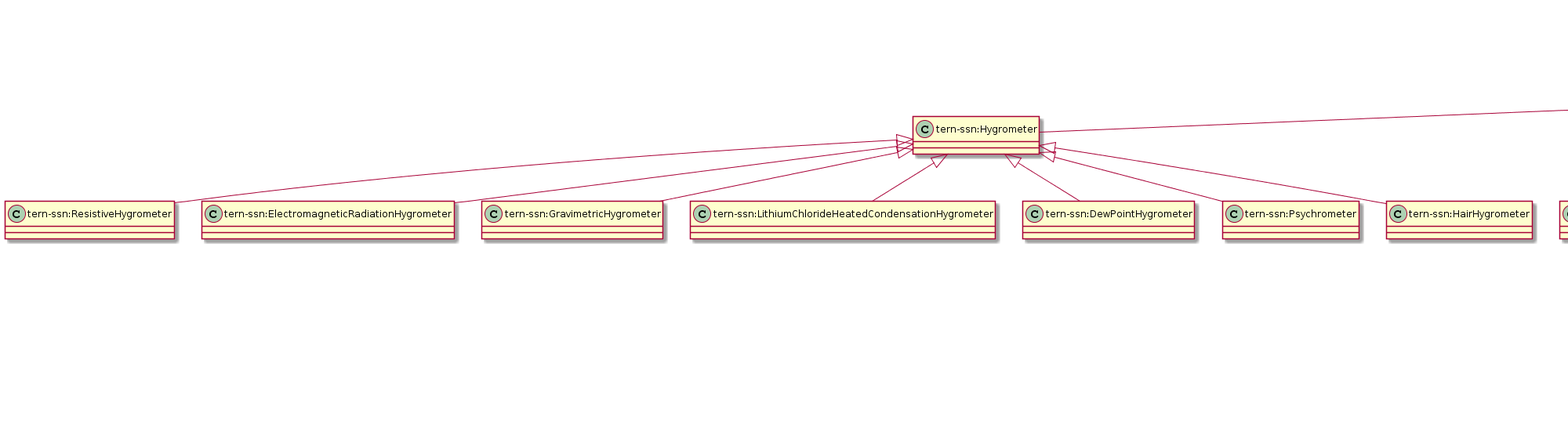
Before: docs/tern-ssn.ttl.txt.png, a diagram exported from PlantUML (ternaustralia/ontology_tern-sensor).
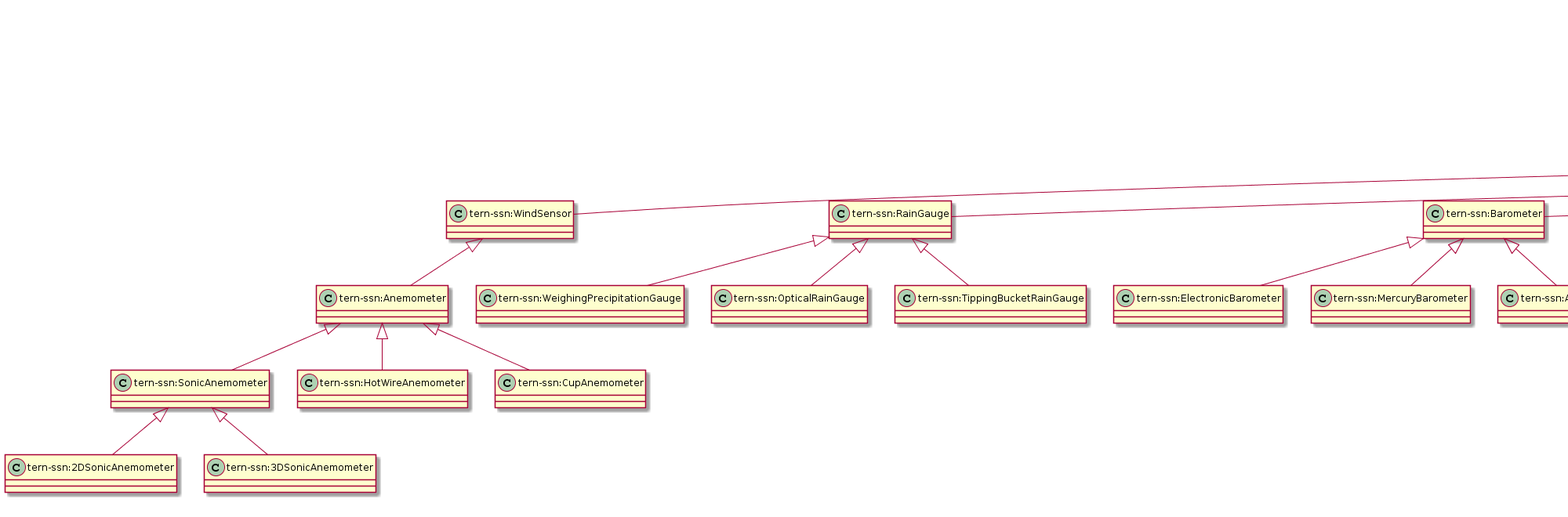
The same file after the commit.

Commit message:
Added tern-ssn:isDeployed

What changed in the source:
```diff
@@ -1,174 +1,189 @@
 @startuml
 title TERN SSN ontology extension and vocabulary
-"tern-ssn:Hygrometer" <|-- "tern-ssn:ResistiveHygrometer"
-"tern-ssn:Barometer" <|-- "tern-ssn:AneroidBarometer"
+"tern-ssn:WindSensor" <|-- "tern-ssn:Anemometer"
+"sosa:Sensor" <|-- "tern-ssn:RainGauge"
+"tern-ssn:SonicAnemometer" <|-- "tern-ssn:2DSonicAnemometer"
+"tern-ssn:Barometer" <|-- "tern-ssn:ElectronicBarometer"
+"sosa:Sensor" <|-- "tern-ssn:Hygrometer"
+"tern-ssn:FixedPlatform" <|-- "tern-ssn:EddyCovarianceFluxTower"
+"sosa:Sensor" <|-- "tern-ssn:InfraredGasAnalyzer"
+"tern-ssn:RadiationSensor" <|-- "tern-ssn:Pyrheliometer"
+"tern-ssn:Radiometer" <|-- "tern-ssn:Pyrradiometer"
+"tern-ssn:Hygrometer" <|-- "tern-ssn:Psychrometer"
+"tern-ssn:TemperatureSensor" <|-- "tern-ssn:Thermistor"
+"tern-ssn:Actinometer" <|-- "tern-ssn:NetRadiometer"
+"tern-ssn:Barometer" <|-- "tern-ssn:MercuryBarometer"
 "sosa:Sensor" <|-- "tern-ssn:Barometer"
-"sosa:Sensor" <|-- "tern-ssn:Hygrometer"
-"tern-ssn:WindSensor" <|-- "tern-ssn:Anemometer"
-"tern-ssn:Hygrometer" <|-- "tern-ssn:ElectromagneticRadiationHygrometer"
-"sosa:Sensor" <|-- "tern-ssn:CapactitiveSensor"
+"sosa:Sensor" <|-- "tern-ssn:Dendrometer"
+"sosa:Sensor" <|-- "tern-ssn:Spectrometer"
+"sosa:Sensor" <|-- "tern-ssn:SapFlowSensor"
+"owl:Thing" <|-- "tern-ssn:DeploymentInfo"
 "sosa:Platform" <|-- "tern-ssn:FixedPlatform"
-"sosa:Sensor" <|-- "tern-ssn:SapFlowSensor"
 "tern-ssn:FixedPlatform" <|-- "tern-ssn:EcologicalPlot"
-"tern-ssn:Hygrometer" <|-- "tern-ssn:GravimetricHygrometer"
-"tern-ssn:SonicAnemometer" <|-- "tern-ssn:2DSonicAnemometer"
-"sosa:Sensor" <|-- "tern-ssn:SoilMoistureSensor"
-"sosa:Sensor" <|-- "tern-ssn:Ceilometer"
-"tern-ssn:FixedPlatform" <|-- "tern-ssn:WeatherStation"
-"tern-ssn:MobilePlatform" <|-- "tern-ssn:Aircraft"
-"tern-ssn:Aircraft" <|-- "tern-ssn:Drone"
+"ssn:System" <|-- "sosa:Sensor"
 "tern-ssn:Hygrometer" <|-- "tern-ssn:LithiumChlorideHeatedCondensationHygrometer"
 "tern-ssn:TemperatureSensor" <|-- "tern-ssn:ResistanceThermometer"
-"tern-ssn:Actinometer" <|-- "tern-ssn:NetRadiometer"
-"tern-ssn:TemperatureSensor" <|-- "tern-ssn:Thermistor"
-"sosa:Sensor" <|-- "tern-ssn:Spectrometer"
+"tern-ssn:Hygrometer" <|-- "tern-ssn:DewPointHygrometer"
+"tern-ssn:Radiometer" <|-- "tern-ssn:Actinometer"
+"tern-ssn:Aircraft" <|-- "tern-ssn:Drone"
+"tern-ssn:SoilMoistureSensor" <|-- "tern-ssn:FrequencyDomainReflectometer"
+"tern-ssn:Actinometer" <|-- "tern-ssn:Pyranometer"
+"tern-ssn:Anemometer" <|-- "tern-ssn:HotWireAnemometer"
+"tern-ssn:Hygrometer" <|-- "tern-ssn:ResistiveHygrometer"
+"ssn:Property" <|-- "tern-ssn:SystemProperty"
+"sosa:Sensor" <|-- "tern-ssn:HeatFluxSensor"
+"tern-ssn:RainGauge" <|-- "tern-ssn:WeighingPrecipitationGauge"
+"tern-ssn:Barometer" <|-- "tern-ssn:AneroidBarometer"
+"sosa:Sensor" <|-- "tern-ssn:RadiationSensor"
 "tern-ssn:SonicAnemometer" <|-- "tern-ssn:3DSonicAnemometer"
+"sosa:Sensor" <|-- "tern-ssn:SoilMoistureSensor"
+"tern-ssn:Hygrometer" <|-- "tern-ssn:HairHygrometer"
+"sosa:Sensor" <|-- "tern-ssn:TemperatureSensor"
+"sosa:Sensor" <|-- "tern-ssn:WindSensor"
+"tern-ssn:MobilePlatform" <|-- "tern-ssn:Aircraft"
+"tern-ssn:TemperatureSensor" <|-- "tern-ssn:Thermocouple"
+"tern-ssn:MobilePlatform" <|-- "tern-ssn:Satellite"
+"sosa:Sensor" <|-- "tern-ssn:Ceilometer"
+"tern-ssn:RadiationSensor" <|-- "tern-ssn:Pyrgeometer"
+"tern-ssn:Anemometer" <|-- "tern-ssn:CupAnemometer"
+"tern-ssn:RadiationSensor" <|-- "tern-ssn:Radiometer"
+"tern-ssn:Hygrometer" <|-- "tern-ssn:ElectromagneticRadiationHygrometer"
+"tern-ssn:RadiationSensor" <|-- "tern-ssn:QuantumSensor"
+"tern-ssn:RainGauge" <|-- "tern-ssn:OpticalRainGauge"
+"tern-ssn:FixedPlatform" <|-- "tern-ssn:WeatherStation"
+"ssn:Property" <|-- "tern-ssn:SystemCapability"
+"tern-ssn:RainGauge" <|-- "tern-ssn:TippingBucketRainGauge"
+"tern-ssn:SoilMoistureSensor" <|-- "tern-ssn:TimeDomainReflectometer"
 "tern-ssn:Anemometer" <|-- "tern-ssn:SonicAnemometer"
-"tern-ssn:Barometer" <|-- "tern-ssn:ElectronicBarometer"
-"tern-ssn:SoilMoistureSensor" <|-- "tern-ssn:TimeDomainReflectometer"
-"tern-ssn:MobilePlatform" <|-- "tern-ssn:Satellite"
-"sosa:Sensor" <|-- "tern-ssn:WindSensor"
-"tern-ssn:Hygrometer" <|-- "tern-ssn:DewPointHygrometer"
 "sosa:Platform" <|-- "tern-ssn:MobilePlatform"
-"sosa:Sensor" <|-- "tern-ssn:RainGauge"
-"sosa:Sensor" <|-- "tern-ssn:TemperatureSensor"
-"owl:Thing" <|-- "tern-ssn:DeploymentInfo"
-"sosa:Sensor" <|-- "tern-ssn:RadiationSensor"
-"tern-ssn:RadiationSensor" <|-- "tern-ssn:Pyrgeometer"
 "tern-ssn:EcologicalPlot" <|-- "tern-ssn:SuperSite"
-"tern-ssn:TemperatureSensor" <|-- "tern-ssn:Thermocouple"
-"tern-ssn:RadiationSensor" <|-- "tern-ssn:QuantumSensor"
-"sosa:Sensor" <|-- "tern-ssn:HeatFluxSensor"
-"tern-ssn:SoilMoistureSensor" <|-- "tern-ssn:FrequencyDomainReflectometer"
-"tern-ssn:RainGauge" <|-- "tern-ssn:OpticalRainGauge"
-"tern-ssn:Barometer" <|-- "tern-ssn:MercuryBarometer"
-"tern-ssn:RadiationSensor" <|-- "tern-ssn:Pyrheliometer"
-"tern-ssn:Anemometer" <|-- "tern-ssn:HotWireAnemometer"
-"sosa:Sensor" <|-- "tern-ssn:Dendrometer"
-"tern-ssn:Anemometer" <|-- "tern-ssn:CupAnemometer"
-"tern-ssn:FixedPlatform" <|-- "tern-ssn:EddyCovarianceFluxTower"
-"tern-ssn:Radiometer" <|-- "tern-ssn:Pyrradiometer"
-"tern-ssn:Radiometer" <|-- "tern-ssn:Actinometer"
-"tern-ssn:RadiationSensor" <|-- "tern-ssn:Radiometer"
-"tern-ssn:Hygrometer" <|-- "tern-ssn:Psychrometer"
-"tern-ssn:RainGauge" <|-- "tern-ssn:TippingBucketRainGauge"
-"sosa:Sensor" <|-- "tern-ssn:InfraredGasAnalyzer"
-"tern-ssn:Hygrometer" <|-- "tern-ssn:HairHygrometer"
-"tern-ssn:Actinometer" <|-- "tern-ssn:Pyranometer"
-"tern-ssn:RainGauge" <|-- "tern-ssn:WeighingPrecipitationGauge"
-Class "tern-ssn:ResistiveHygrometer" [[https://w3id.org/tern/ontologies/ssn/ResistiveHygrometer]] {
+"tern-ssn:Hygrometer" <|-- "tern-ssn:GravimetricHygrometer"
+"sosa:Sensor" <|-- "tern-ssn:CapactitiveSensor"
+Class "tern-ssn:Anemometer" [[https://w3id.org/tern/ontologies/ssn/Anemometer]] {
 }
-Class "tern-ssn:AneroidBarometer" [[https://w3id.org/tern/ontologies/ssn/AneroidBarometer]] {
+Class "tern-ssn:RainGauge" [[https://w3id.org/tern/ontologies/ssn/RainGauge]] {
+}
+Class "tern-ssn:2DSonicAnemometer" [[https://w3id.org/tern/ontologies/ssn/2DSonicAnemometer]] {
+}
+Class "tern-ssn:ElectronicBarometer" [[https://w3id.org/tern/ontologies/ssn/ElectronicBarometer]] {
+}
+Class "tern-ssn:Hygrometer" [[https://w3id.org/tern/ontologies/ssn/Hygrometer]] {
+}
+Class "tern-ssn:EddyCovarianceFluxTower" [[https://w3id.org/tern/ontologies/ssn/EddyCovarianceFluxTower]] {
+}
+Class "tern-ssn:InfraredGasAnalyzer" [[https://w3id.org/tern/ontologies/ssn/InfraredGasAnalyzer]] {
+}
+Class "tern-ssn:Pyrheliometer" [[https://w3id.org/tern/ontologies/ssn/Pyrheliometer]] {
+}
+Class "tern-ssn:Pyrradiometer" [[https://w3id.org/tern/ontologies/ssn/Pyrradiometer]] {
+}
+Class "tern-ssn:Psychrometer" [[https://w3id.org/tern/ontologies/ssn/Psychrometer]] {
+}
+Class "tern-ssn:Thermistor" [[https://w3id.org/tern/ontologies/ssn/Thermistor]] {
+}
+Class "tern-ssn:NetRadiometer" [[https://w3id.org/tern/ontologies/ssn/NetRadiometer]] {
+}
+Class "tern-ssn:MercuryBarometer" [[https://w3id.org/tern/ontologies/ssn/MercuryBarometer]] {
 }
 Class "tern-ssn:Barometer" [[https://w3id.org/tern/ontologies/ssn/Barometer]] {
 }
-Class "tern-ssn:Hygrometer" [[https://w3id.org/tern/ontologies/ssn/Hygrometer]] {
+Class "tern-ssn:Dendrometer" [[https://w3id.org/tern/ontologies/ssn/Dendrometer]] {
 }
-Class "tern-ssn:Anemometer" [[https://w3id.org/tern/ontologies/ssn/Anemometer]] {
+Class "tern-ssn:Spectrometer" [[https://w3id.org/tern/ontologies/ssn/Spectrometer]] {
 }
-Class "tern-ssn:ElectromagneticRadiationHygrometer" [[https://w3id.org/tern/ontologies/ssn/ElectromagneticRadiationHygrometer]] {
+Class "tern-ssn:SapFlowSensor" [[https://w3id.org/tern/ontologies/ssn/SapFlowSensor]] {
 }
-Class "tern-ssn:CapactitiveSensor" [[https://w3id.org/tern/ontologies/ssn/CapactitiveSensor]] {
+Class "tern-ssn:DeploymentInfo" [[https://w3id.org/tern/ontologies/ssn/DeploymentInfo]] {
 }
 Class "tern-ssn:FixedPlatform" [[https://w3id.org/tern/ontologies/ssn/FixedPlatform]] {
 }
-Class "tern-ssn:ub1bL25C25" [[ub1bL25C25]] {
-}
-Class "tern-ssn:SapFlowSensor" [[https://w3id.org/tern/ontologies/ssn/SapFlowSensor]] {
-}
 Class "tern-ssn:EcologicalPlot" [[https://w3id.org/tern/ontologies/ssn/EcologicalPlot]] {
 }
-Class "tern-ssn:GravimetricHygrometer" [[https://w3id.org/tern/ontologies/ssn/GravimetricHygrometer]] {
-}
-Class "tern-ssn:2DSonicAnemometer" [[https://w3id.org/tern/ontologies/sensor/2DSonicAnemometer]] {
-}
-Class "tern-ssn:SoilMoistureSensor" [[https://w3id.org/tern/ontologies/ssn/SoilMoistureSensor]] {
-}
-Class "tern-ssn:Ceilometer" [[https://w3id.org/tern/ontologies/ssn/Ceilometer]] {
-}
-Class "tern-ssn:WeatherStation" [[https://w3id.org/tern/ontologies/ssn/WeatherStation]] {
-}
-Class "tern-ssn:Aircraft" [[https://w3id.org/tern/ontologies/ssn/Aircraft]] {
-}
-Class "tern-ssn:Drone" [[https://w3id.org/tern/ontologies/ssn/Drone]] {
+Class "sosa:Sensor" [[http://www.w3.org/ns/sosa/Sensor]] {
 }
 Class "tern-ssn:LithiumChlorideHeatedCondensationHygrometer" [[https://w3id.org/tern/ontologies/ssn/LithiumChlorideHeatedCondensationHygrometer]] {
 }
 Class "tern-ssn:ResistanceThermometer" [[https://w3id.org/tern/ontologies/ssn/ResistanceThermometer]] {
 }
-Class "tern-ssn:NetRadiometer" [[https://w3id.org/tern/ontologies/ssn/NetRadiometer]] {
+Class "tern-ssn:DewPointHygrometer" [[https://w3id.org/tern/ontologies/ssn/DewPointHygrometer]] {
 }
-Class "tern-ssn:Thermistor" [[https://w3id.org/tern/ontologies/ssn/Thermistor]] {
+Class "tern-ssn:Actinometer" [[https://w3id.org/tern/ontologies/ssn/Actinometer]] {
 }
-Class "tern-ssn:Spectrometer" [[https://w3id.org/tern/ontologies/ssn/Spectrometer]] {
+Class "tern-ssn:Drone" [[https://w3id.org/tern/ontologies/ssn/Drone]] {
 }
-Class "tern-ssn:3DSonicAnemometer" [[https://w3id.org/tern/ontologies/sensor/3DSonicAnemometer]] {
+Class "tern-ssn:FrequencyDomainReflectometer" [[https://w3id.org/tern/ontologies/ssn/FrequencyDomainReflectometer]] {
+}
+Class "tern-ssn:Pyranometer" [[https://w3id.org/tern/ontologies/ssn/Pyranometer]] {
+}
+Class "tern-ssn:HotWireAnemometer" [[https://w3id.org/tern/ontologies/ssn/HotWireAnemometer]] {
+}
+Class "tern-ssn:ResistiveHygrometer" [[https://w3id.org/tern/ontologies/ssn/ResistiveHygrometer]] {
+}
+Class "tern-ssn:SystemProperty" [[https://www.w3.org/ns/ssn/systems/SystemProperty]] {
+}
+Class "tern-ssn:HeatFluxSensor" [[https://w3id.org/tern/ontologies/ssn/HeatFluxSensor]] {
+}
+Class "tern-ssn:WeighingPrecipitationGauge" [[https://w3id.org/tern/ontologies/ssn/WeighingPrecipitationGauge]] {
+}
+Class "ssn:Deployment" [[http://www.w3.org/ns/ssn/Deployment]] {
+}
+Class "tern-ssn:AneroidBarometer" [[https://w3id.org/tern/ontologies/ssn/AneroidBarometer]] {
+}
+Class "tern-ssn:RadiationSensor" [[https://w3id.org/tern/ontologies/ssn/RadiationSensor]] {
+}
+Class "tern-ssn:3DSonicAnemometer" [[https://w3id.org/tern/ontologies/ssn/3DSonicAnemometer]] {
+}
+Class "tern-ssn:SoilMoistureSensor" [[https://w3id.org/tern/ontologies/ssn/SoilMoistureSensor]] {
+}
+Class "tern-ssn:HairHygrometer" [[https://w3id.org/tern/ontologies/ssn/HairHygrometer]] {
+}
+Class "tern-ssn:TemperatureSensor" [[https://w3id.org/tern/ontologies/ssn/TemperatureSensor]] {
+}
+Class "tern-ssn:WindSensor" [[https://w3id.org/tern/ontologies/ssn/WindSensor]] {
+}
+Class "sosa:Platform" [[http://www.w3.org/ns/sosa/Platform]] {
+}
+Class "tern-ssn:Aircraft" [[https://w3id.org/tern/ontologies/ssn/Aircraft]] {
+}
+Class "tern-ssn:Thermocouple" [[https://w3id.org/tern/ontologies/ssn/Thermocouple]] {
+}
+Class "tern-ssn:Satellite" [[https://w3id.org/tern/ontologies/ssn/Satellite]] {
+}
+Class "tern-ssn:ub1bL22C25" [[ub1bL22C25]] {
+}
+Class "tern-ssn:Ceilometer" [[https://w3id.org/tern/ontologies/ssn/Ceilometer]] {
+}
+Class "tern-ssn:Pyrgeometer" [[https://w3id.org/tern/ontologies/ssn/Pyrgeometer]] {
+}
+Class "ssn:System" [[http://www.w3.org/ns/ssn/System]] {
+}
+Class "tern-ssn:CupAnemometer" [[https://w3id.org/tern/ontologies/ssn/CupAnemometer]] {
+}
+Class "tern-ssn:Radiometer" [[https://w3id.org/tern/ontologies/ssn/Radiometer]] {
+}
+Class "tern-ssn:ElectromagneticRadiationHygrometer" [[https://w3id.org/tern/ontologies/ssn/ElectromagneticRadiationHygrometer]] {
+}
+Class "tern-ssn:QuantumSensor" [[https://w3id.org/tern/ontologies/ssn/QuantumSensor]] {
+}
+Class "tern-ssn:OpticalRainGauge" [[https://w3id.org/tern/ontologies/ssn/OpticalRainGauge]] {
+}
+Class "tern-ssn:WeatherStation" [[https://w3id.org/tern/ontologies/ssn/WeatherStation]] {
+}
+Class "tern-ssn:SystemCapability" [[https://www.w3.org/ns/ssn/systems/SystemCapability]] {
+}
+Class "tern-ssn:TippingBucketRainGauge" [[https://w3id.org/tern/ontologies/ssn/TippingBucketRainGauge]] {
+}
+Class "tern-ssn:TimeDomainReflectometer" [[https://w3id.org/tern/ontologies/ssn/TimeDomainReflectometer]] {
 }
 Class "tern-ssn:SonicAnemometer" [[https://w3id.org/tern/ontologies/ssn/SonicAnemometer]] {
 }
-Class "tern-ssn:ElectronicBarometer" [[https://w3id.org/tern/ontologies/ssn/ElectronicBarometer]] {
-}
-Class "tern-ssn:TimeDomainReflectometer" [[https://w3id.org/tern/ontologies/ssn/TimeDomainReflectometer]] {
-}
-Class "tern-ssn:Satellite" [[https://w3id.org/tern/ontologies/ssn/Satellite]] {
-}
-Class "tern-ssn:WindSensor" [[https://w3id.org/tern/ontologies/ssn/WindSensor]] {
-}
-Class "tern-ssn:DewPointHygrometer" [[https://w3id.org/tern/ontologies/ssn/DewPointHygrometer]] {
-}
 Class "tern-ssn:MobilePlatform" [[https://w3id.org/tern/ontologies/ssn/MobilePlatform]] {
-}
-Class "tern-ssn:RainGauge" [[https://w3id.org/tern/ontologies/ssn/RainGauge]] {
-}
-Class "tern-ssn:TemperatureSensor" [[https://w3id.org/tern/ontologies/ssn/TemperatureSensor]] {
-}
-Class "tern-ssn:DeploymentInfo" [[https://w3id.org/tern/ontologies/ssn/DeploymentInfo]] {
-}
-Class "tern-ssn:RadiationSensor" [[https://w3id.org/tern/ontologies/ssn/RadiationSensor]] {
-}
-Class "tern-ssn:Pyrgeometer" [[https://w3id.org/tern/ontologies/ssn/Pyrgeometer]] {
 }
 Class "tern-ssn:SuperSite" [[https://w3id.org/tern/ontologies/ssn/SuperSite]] {
 }
-Class "tern-ssn:Thermocouple" [[https://w3id.org/tern/ontologies/ssn/Thermocouple]] {
+Class "tern-ssn:GravimetricHygrometer" [[https://w3id.org/tern/ontologies/ssn/GravimetricHygrometer]] {
 }
-Class "tern-ssn:QuantumSensor" [[https://w3id.org/tern/ontologies/ssn/QuantumSensor]] {
-}
-Class "tern-ssn:HeatFluxSensor" [[https://w3id.org/tern/ontologies/ssn/HeatFluxSensor]] {
-}
-Class "tern-ssn:FrequencyDomainReflectometer" [[https://w3id.org/tern/ontologies/ssn/FrequencyDomainReflectometer]] {
-}
-Class "tern-ssn:OpticalRainGauge" [[https://w3id.org/tern/ontologies/ssn/OpticalRainGauge]] {
-}
-Class "tern-ssn:MercuryBarometer" [[https://w3id.org/tern/ontologies/ssn/MercuryBarometer]] {
-}
-Class "tern-ssn:Pyrheliometer" [[https://w3id.org/tern/ontologies/ssn/Pyrheliometer]] {
-}
-Class "tern-ssn:HotWireAnemometer" [[https://w3id.org/tern/ontologies/ssn/HotWireAnemometer]] {
-}
-Class "tern-ssn:Dendrometer" [[https://w3id.org/tern/ontologies/ssn/Dendrometer]] {
-}
-Class "tern-ssn:CupAnemometer" [[https://w3id.org/tern/ontologies/ssn/CupAnemometer]] {
-}
-Class "tern-ssn:EddyCovarianceFluxTower" [[https://w3id.org/tern/ontologies/ssn/EddyCovarianceFluxTower]] {
-}
-Class "tern-ssn:Pyrradiometer" [[https://w3id.org/tern/ontologies/ssn/Pyrradiometer]] {
-}
-Class "tern-ssn:Actinometer" [[https://w3id.org/tern/ontologies/ssn/Actinometer]] {
-}
-Class "tern-ssn:Radiometer" [[https://w3id.org/tern/ontologies/ssn/Radiometer]] {
-}
-Class "tern-ssn:Psychrometer" [[https://w3id.org/tern/ontologies/ssn/Psychrometer]] {
-}
-Class "tern-ssn:TippingBucketRainGauge" [[https://w3id.org/tern/ontologies/ssn/TippingBucketRainGauge]] {
-}
-Class "tern-ssn:InfraredGasAnalyzer" [[https://w3id.org/tern/ontologies/ssn/InfraredGasAnalyzer]] {
-}
-Class "tern-ssn:HairHygrometer" [[https://w3id.org/tern/ontologies/ssn/HairHygrometer]] {
-}
-Class "tern-ssn:Pyranometer" [[https://w3id.org/tern/ontologies/ssn/Pyranometer]] {
-}
-Class "tern-ssn:WeighingPrecipitationGauge" [[https://w3id.org/tern/ontologies/ssn/WeighingPrecipitationGauge]] {
+Class "tern-ssn:CapactitiveSensor" [[https://w3id.org/tern/ontologies/ssn/CapactitiveSensor]] {
 }
 header
 Creator: Edmond Chuc (e.chuc@uq.edu.au)
```
